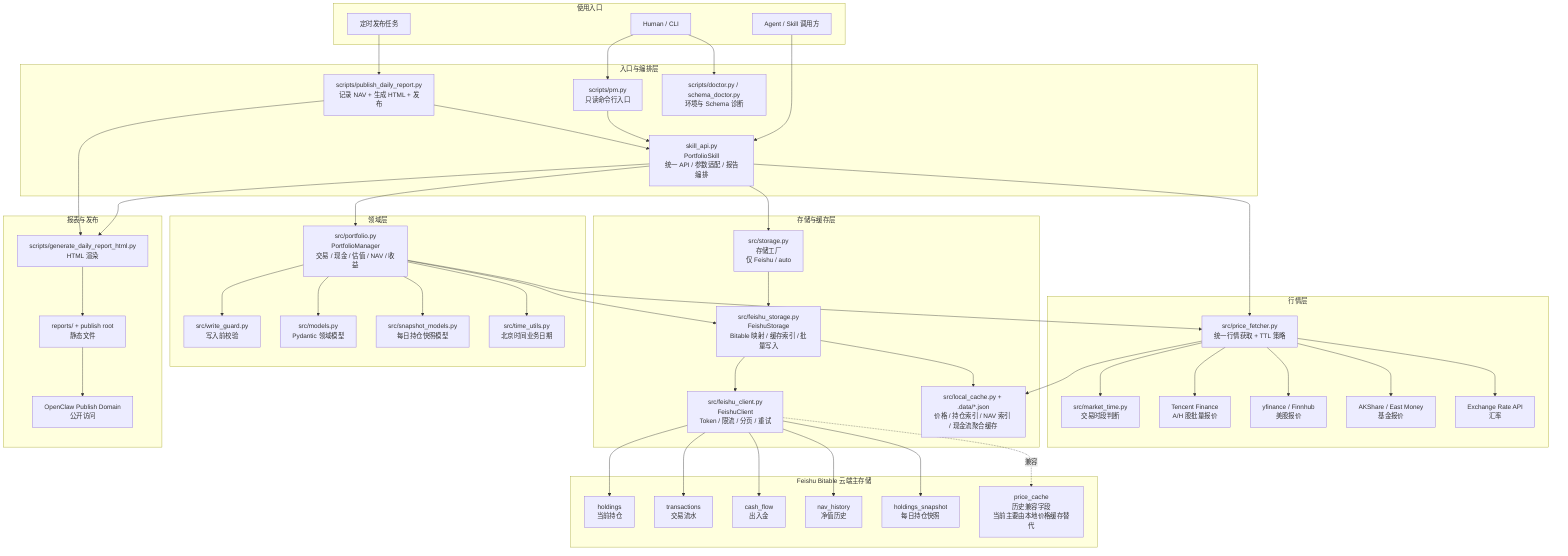
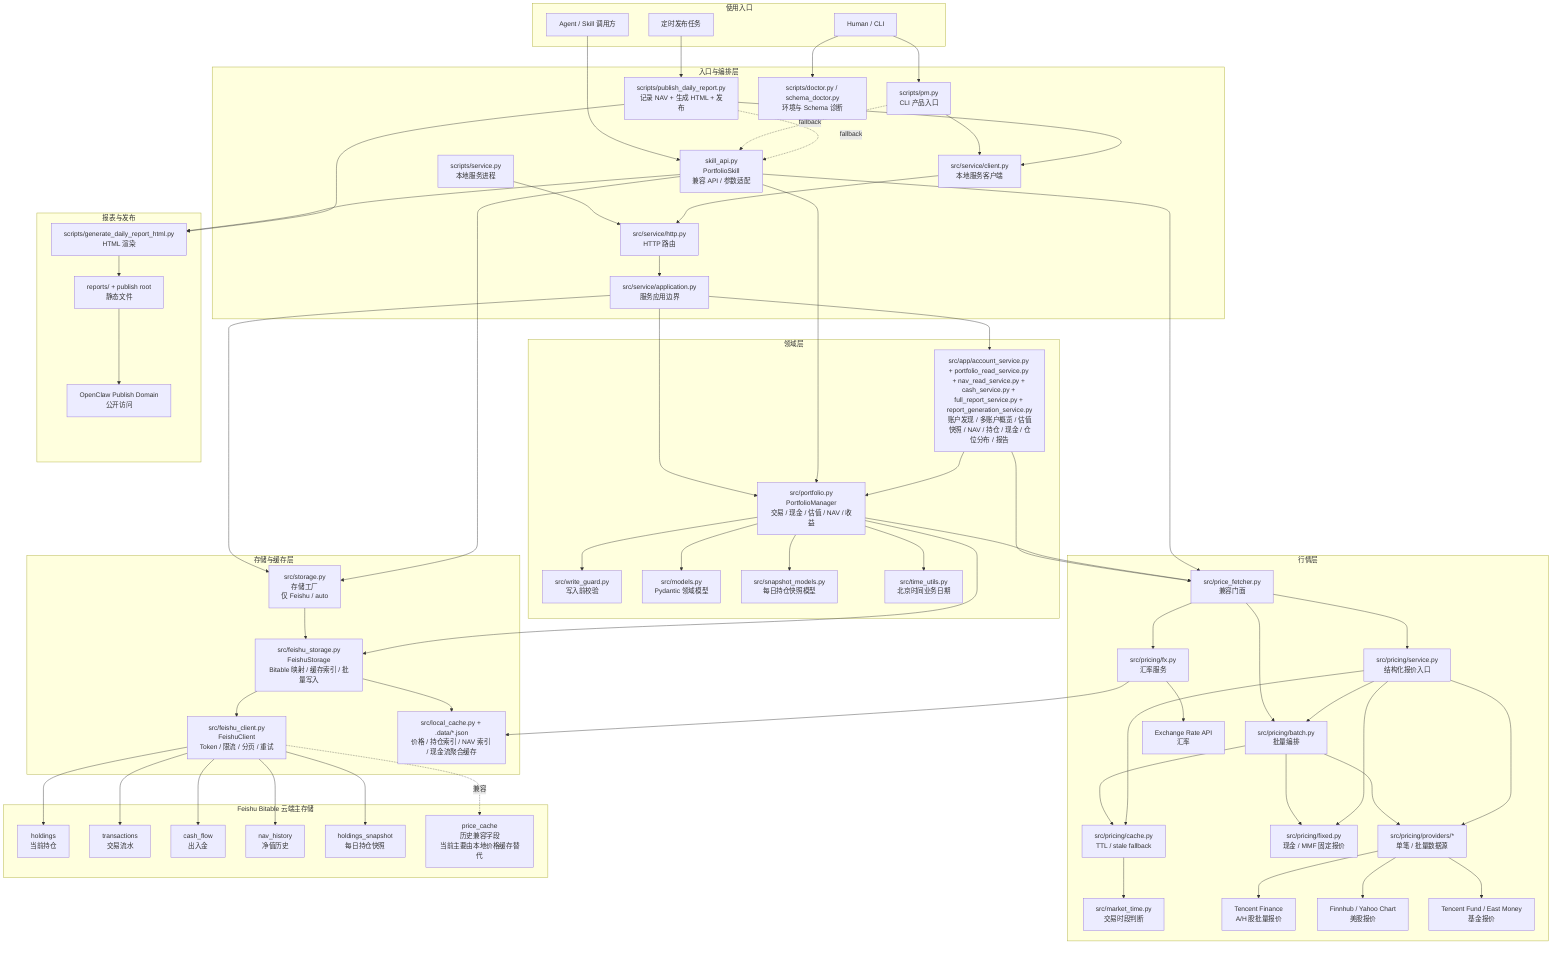
flowchart TB
    subgraph Operators["使用入口"]
        Agent["Agent / Skill 调用方"]
        Human["Human / CLI"]
        Scheduler["定时发布任务"]
    end

    subgraph Entry["入口与编排层"]
-         SkillAPI["skill_api.py<br/>PortfolioSkill<br/>统一 API / 参数适配 / 报告编排"]
-         CLI["scripts/pm.py<br/>只读命令行入口"]
+         SkillAPI["skill_api.py<br/>PortfolioSkill<br/>兼容 API / 参数适配"]
+         CLI["scripts/pm.py<br/>CLI 产品入口"]
+         ServiceRunner["scripts/service.py<br/>本地服务进程"]
+         ServiceClient["src/service/client.py<br/>本地服务客户端"]
+         ServiceHTTP["src/service/http.py<br/>HTTP 路由"]
+         ServiceApp["src/service/application.py<br/>服务应用边界"]
        Publish["scripts/publish_daily_report.py<br/>记录 NAV + 生成 HTML + 发布"]
        Doctor["scripts/doctor.py / schema_doctor.py<br/>环境与 Schema 诊断"]
    end

    subgraph Domain["领域层"]
        PM["src/portfolio.py<br/>PortfolioManager<br/>交易 / 现金 / 估值 / NAV / 收益"]
+         AppRead["src/app/account_service.py + portfolio_read_service.py + nav_read_service.py + cash_service.py + full_report_service.py + report_generation_service.py<br/>账户发现 / 多账户概览 / 估值快照 / NAV / 持仓 / 现金 / 仓位分布 / 报告"]
        Guard["src/write_guard.py<br/>写入前校验"]
        Models["src/models.py<br/>Pydantic 领域模型"]
        Snapshot["src/snapshot_models.py<br/>每日持仓快照模型"]
        Time["src/time_utils.py<br/>北京时间业务日期"]
    end

    subgraph Pricing["行情层"]
-         PF["src/price_fetcher.py<br/>统一行情获取 + TTL 策略"]
+         PF["src/price_fetcher.py<br/>兼容门面"]
+         PS["src/pricing/service.py<br/>结构化报价入口"]
+         PBatch["src/pricing/batch.py<br/>批量编排"]
+         PCache["src/pricing/cache.py<br/>TTL / stale fallback"]
+         PFixed["src/pricing/fixed.py<br/>现金 / MMF 固定报价"]
+         PFX["src/pricing/fx.py<br/>汇率服务"]
+         PProviders["src/pricing/providers/*<br/>单笔 / 批量数据源"]
        MarketTime["src/market_time.py<br/>交易时段判断"]
        Tencent["Tencent Finance<br/>A/H 股批量报价"]
-         YF["yfinance / Finnhub<br/>美股报价"]
-         AK["AKShare / East Money<br/>基金报价"]
+         USQuote["Finnhub / Yahoo Chart<br/>美股报价"]
+         FundQuote["Tencent Fund / East Money<br/>基金报价"]
        FX["Exchange Rate API<br/>汇率"]
    end

    subgraph Storage["存储与缓存层"]
        Factory["src/storage.py<br/>存储工厂<br/>仅 Feishu / auto"]
        FS["src/feishu_storage.py<br/>FeishuStorage<br/>Bitable 映射 / 缓存索引 / 批量写入"]
        FC["src/feishu_client.py<br/>FeishuClient<br/>Token / 限流 / 分页 / 重试"]
        LocalCache["src/local_cache.py + .data/*.json<br/>价格 / 持仓索引 / NAV 索引 / 现金流聚合缓存"]
    end

    subgraph Bitable["Feishu Bitable 云端主存储"]
        Holdings["holdings<br/>当前持仓"]
        Tx["transactions<br/>交易流水"]
        CashFlow["cash_flow<br/>出入金"]
        NAV["nav_history<br/>净值历史"]
        HoldingsSnapshot["holdings_snapshot<br/>每日持仓快照"]
        PriceCache["price_cache<br/>历史兼容字段<br/>当前主要由本地价格缓存替代"]
    end

    subgraph Report["报表与发布"]
        DailyHTML["scripts/generate_daily_report_html.py<br/>HTML 渲染"]
        Static["reports/ + publish root<br/>静态文件"]
        PublicSite["OpenClaw Publish Domain<br/>公开访问"]
    end

    Agent --> SkillAPI
    Human --> CLI
    Human --> Doctor
    Scheduler --> Publish

-     CLI --> SkillAPI
-     Publish --> SkillAPI
+     CLI --> ServiceClient
+     CLI -.fallback.-> SkillAPI
+     ServiceRunner --> ServiceHTTP
+     ServiceClient --> ServiceHTTP
+     ServiceHTTP --> ServiceApp
+     ServiceApp --> Factory
+     ServiceApp --> PM
+     ServiceApp --> AppRead
+     Publish --> ServiceClient
+     Publish -.fallback.-> SkillAPI
    SkillAPI --> Factory
    Factory --> FS
    SkillAPI --> PM
    SkillAPI --> PF
+     AppRead --> PM
+     AppRead --> PF
    PM --> Guard
    PM --> Models
    PM --> Snapshot
    PM --> Time
    PM --> FS
    PM --> PF

-     PF --> MarketTime
-     PF --> LocalCache
-     PF --> Tencent
-     PF --> YF
-     PF --> AK
-     PF --> FX
+     PF --> PS
+     PF --> PBatch
+     PBatch --> PCache
+     PBatch --> PFixed
+     PBatch --> PProviders
+     PS --> PBatch
+     PS --> PProviders
+     PS --> PCache
+     PS --> PFixed
+     PCache --> MarketTime
+     PF --> PFX
+     PProviders --> Tencent
+     PProviders --> USQuote
+     PProviders --> FundQuote
+     PFX --> LocalCache
+     PFX --> FX

    FS --> LocalCache
    FS --> FC
    FC --> Holdings
    FC --> Tx
    FC --> CashFlow
    FC --> NAV
    FC --> HoldingsSnapshot
    FC -.兼容.-> PriceCache

    SkillAPI --> DailyHTML
    Publish --> DailyHTML
    DailyHTML --> Static
    Static --> PublicSite
